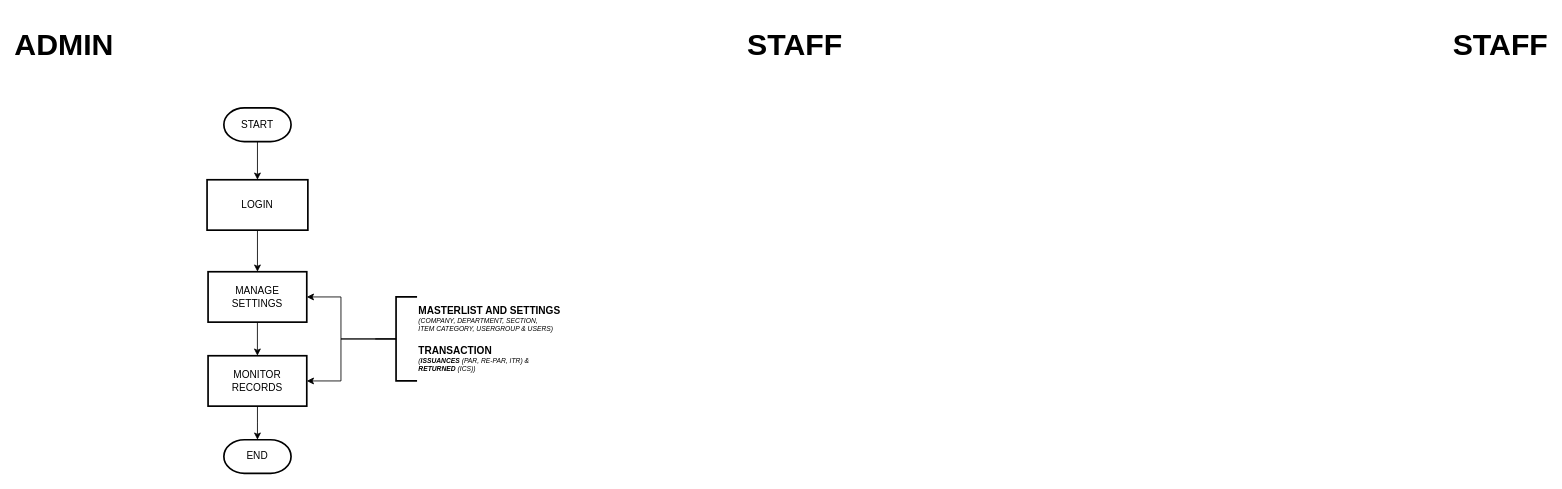
Above: page "Flowchart" (3 of 4) of DAVNORINV-Diagram.drawio in ediangca/DAVNORINV-Diagram (draw.io), before the change. Source tidied: cells renumbered, new cells numbered last; positions are measured from the earlier drawing's top-left corner, leaving out a move shared by most shapes. Both pictures are drawn from the tidied source at 84%, with x=0, y=0 at pixel (30, 32).
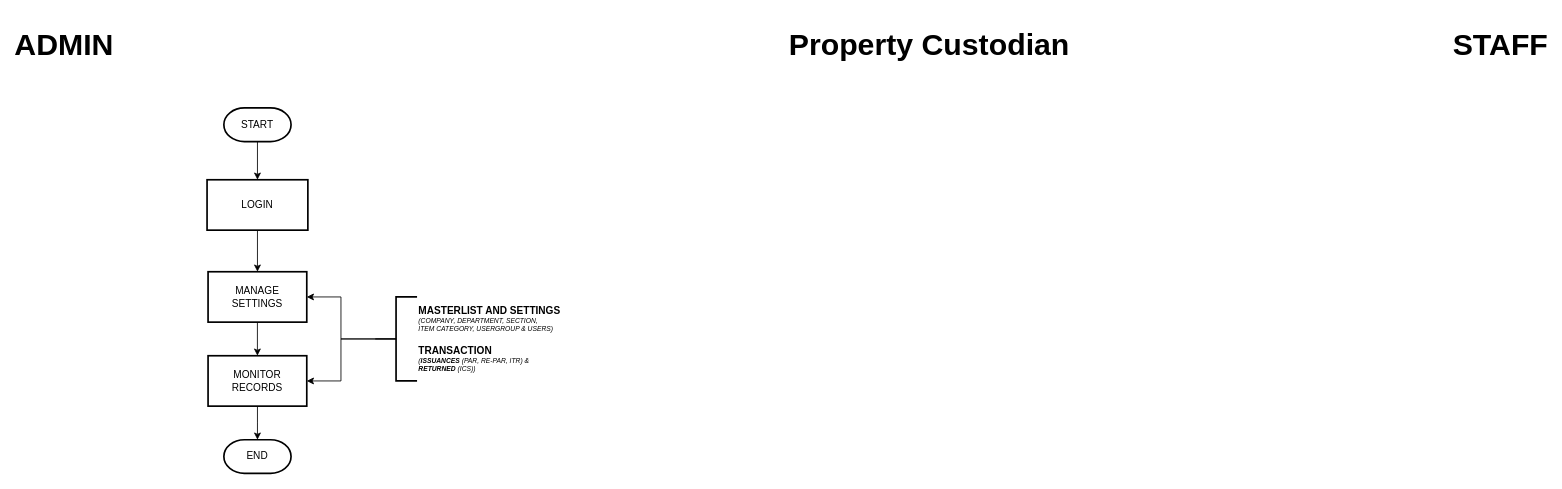
Above is the later version.

Change to the diagram source:
```diff
@@
-    <mxCell id="24" value="&lt;h2&gt;&lt;span style=&quot;font-size: 36px;&quot;&gt;STAFF&lt;/span&gt;&lt;/h2&gt;" style="text;html=1;align=center;verticalAlign=middle;whiteSpace=wrap;rounded=0;" parent="1" vertex="1">
-      <mxGeometry x="870" width="80" height="30" as="geometry" />
+    <mxCell id="24" value="&lt;h2&gt;&lt;span style=&quot;font-size: 36px;&quot;&gt;Property Custodian&lt;/span&gt;&lt;/h2&gt;" style="text;html=1;align=center;verticalAlign=middle;whiteSpace=wrap;rounded=0;" parent="1" vertex="1">
+      <mxGeometry x="870" width="400" height="30" as="geometry" />
     </mxCell>
```
